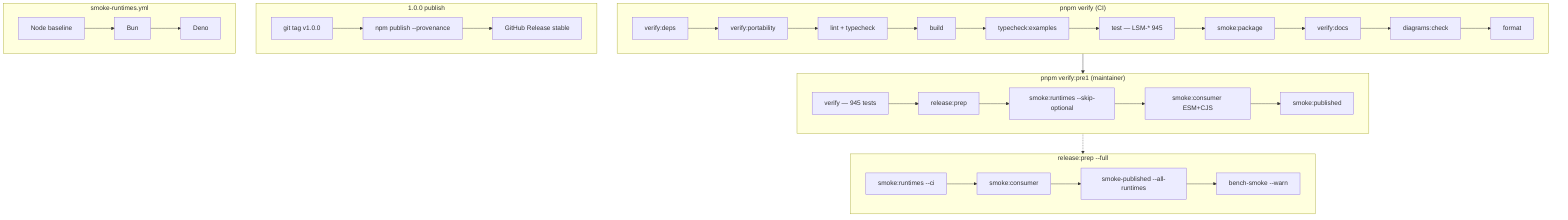
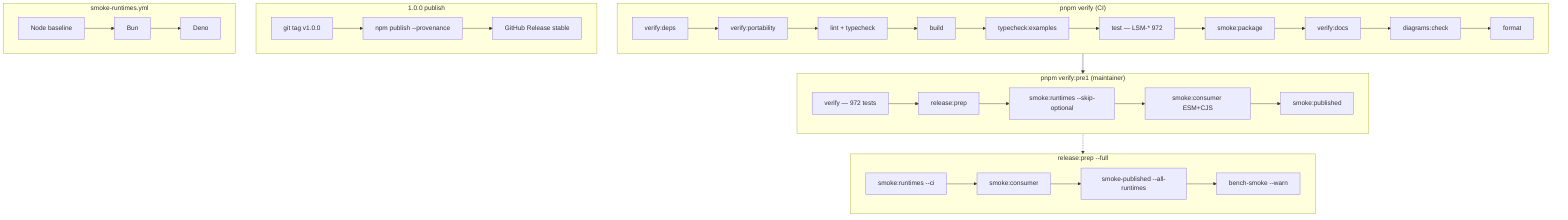
flowchart TB
  subgraph verify["pnpm verify (CI)"]
    D[verify:deps] --> P[verify:portability]
    P --> L[lint + typecheck]
    L --> B[build]
    B --> E[typecheck:examples]
-     E --> T[test — LSM-* 945]
+     E --> T[test — LSM-* 972]
    T --> SP[smoke:package]
    SP --> VD[verify:docs]
    VD --> DG[diagrams:check]
    DG --> F[format]
  end

  subgraph pre1["pnpm verify:pre1 (maintainer)"]
-     V[verify — 945 tests] --> RP[release:prep]
+     V[verify — 972 tests] --> RP[release:prep]
    RP --> SR[smoke:runtimes --skip-optional]
    SR --> SC[smoke:consumer ESM+CJS]
    SC --> SPUB[smoke:published]
  end

  subgraph publish["1.0.0 publish"]
    TAG[git tag v1.0.0] --> NPM[npm publish --provenance]
    NPM --> GH[GitHub Release stable]
  end

  subgraph full["release:prep --full"]
    SRC[smoke:runtimes --ci] --> SCC[smoke:consumer]
    SCC --> SPUB2[smoke-published --all-runtimes]
    SPUB2 --> BS[bench-smoke --warn]
  end

  subgraph ci2["smoke-runtimes.yml"]
    N[Node baseline] --> BU[Bun]
    BU --> DE[Deno]
  end

  verify --> pre1
  pre1 -.-> full
